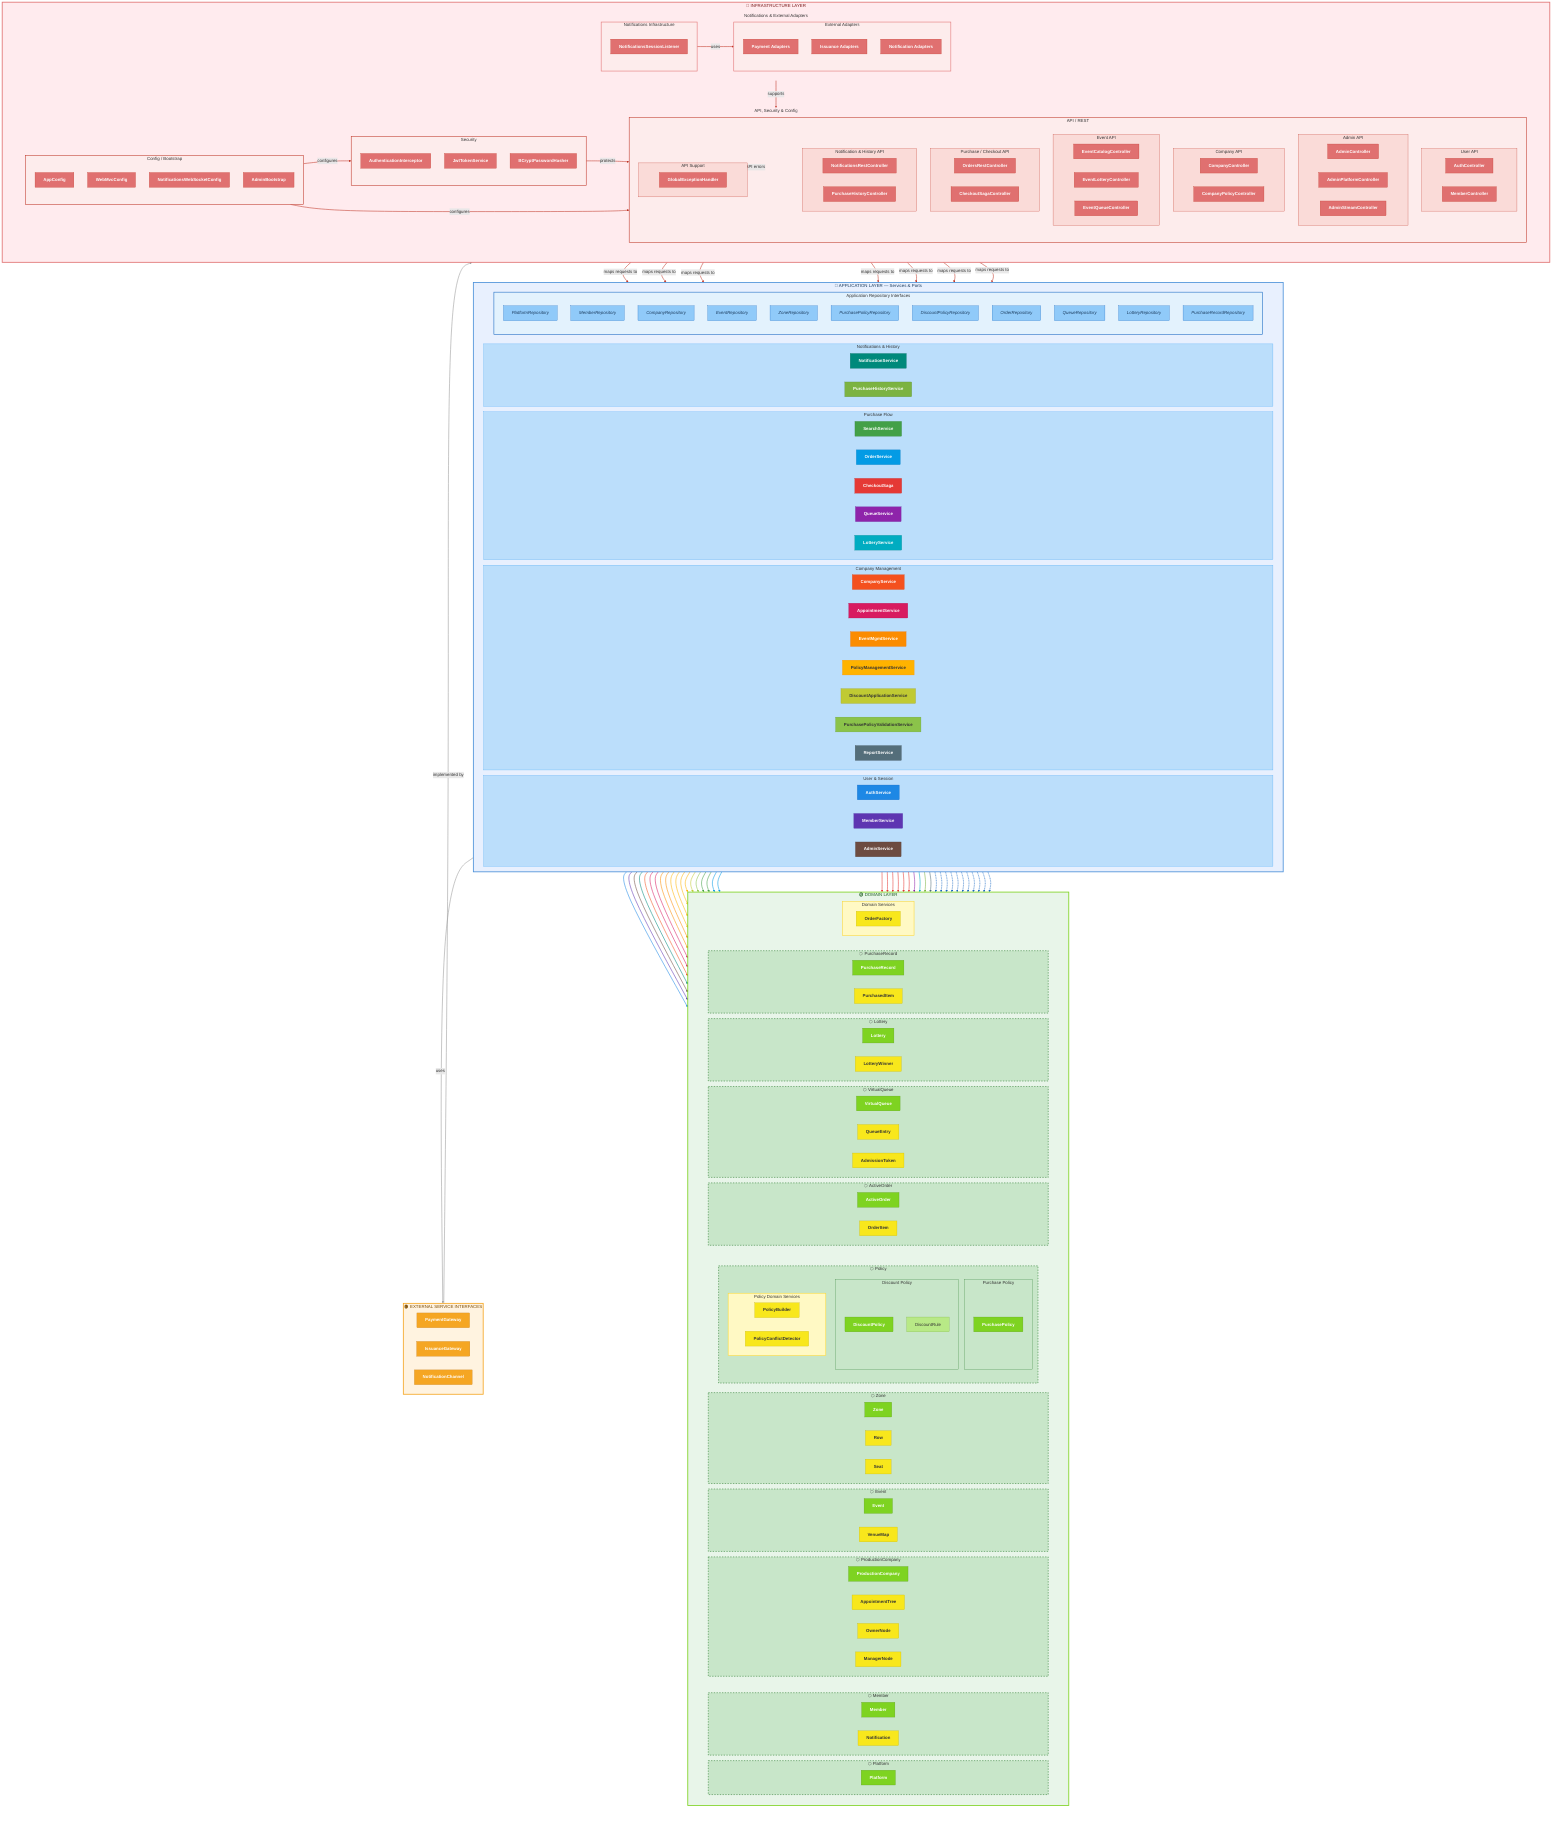
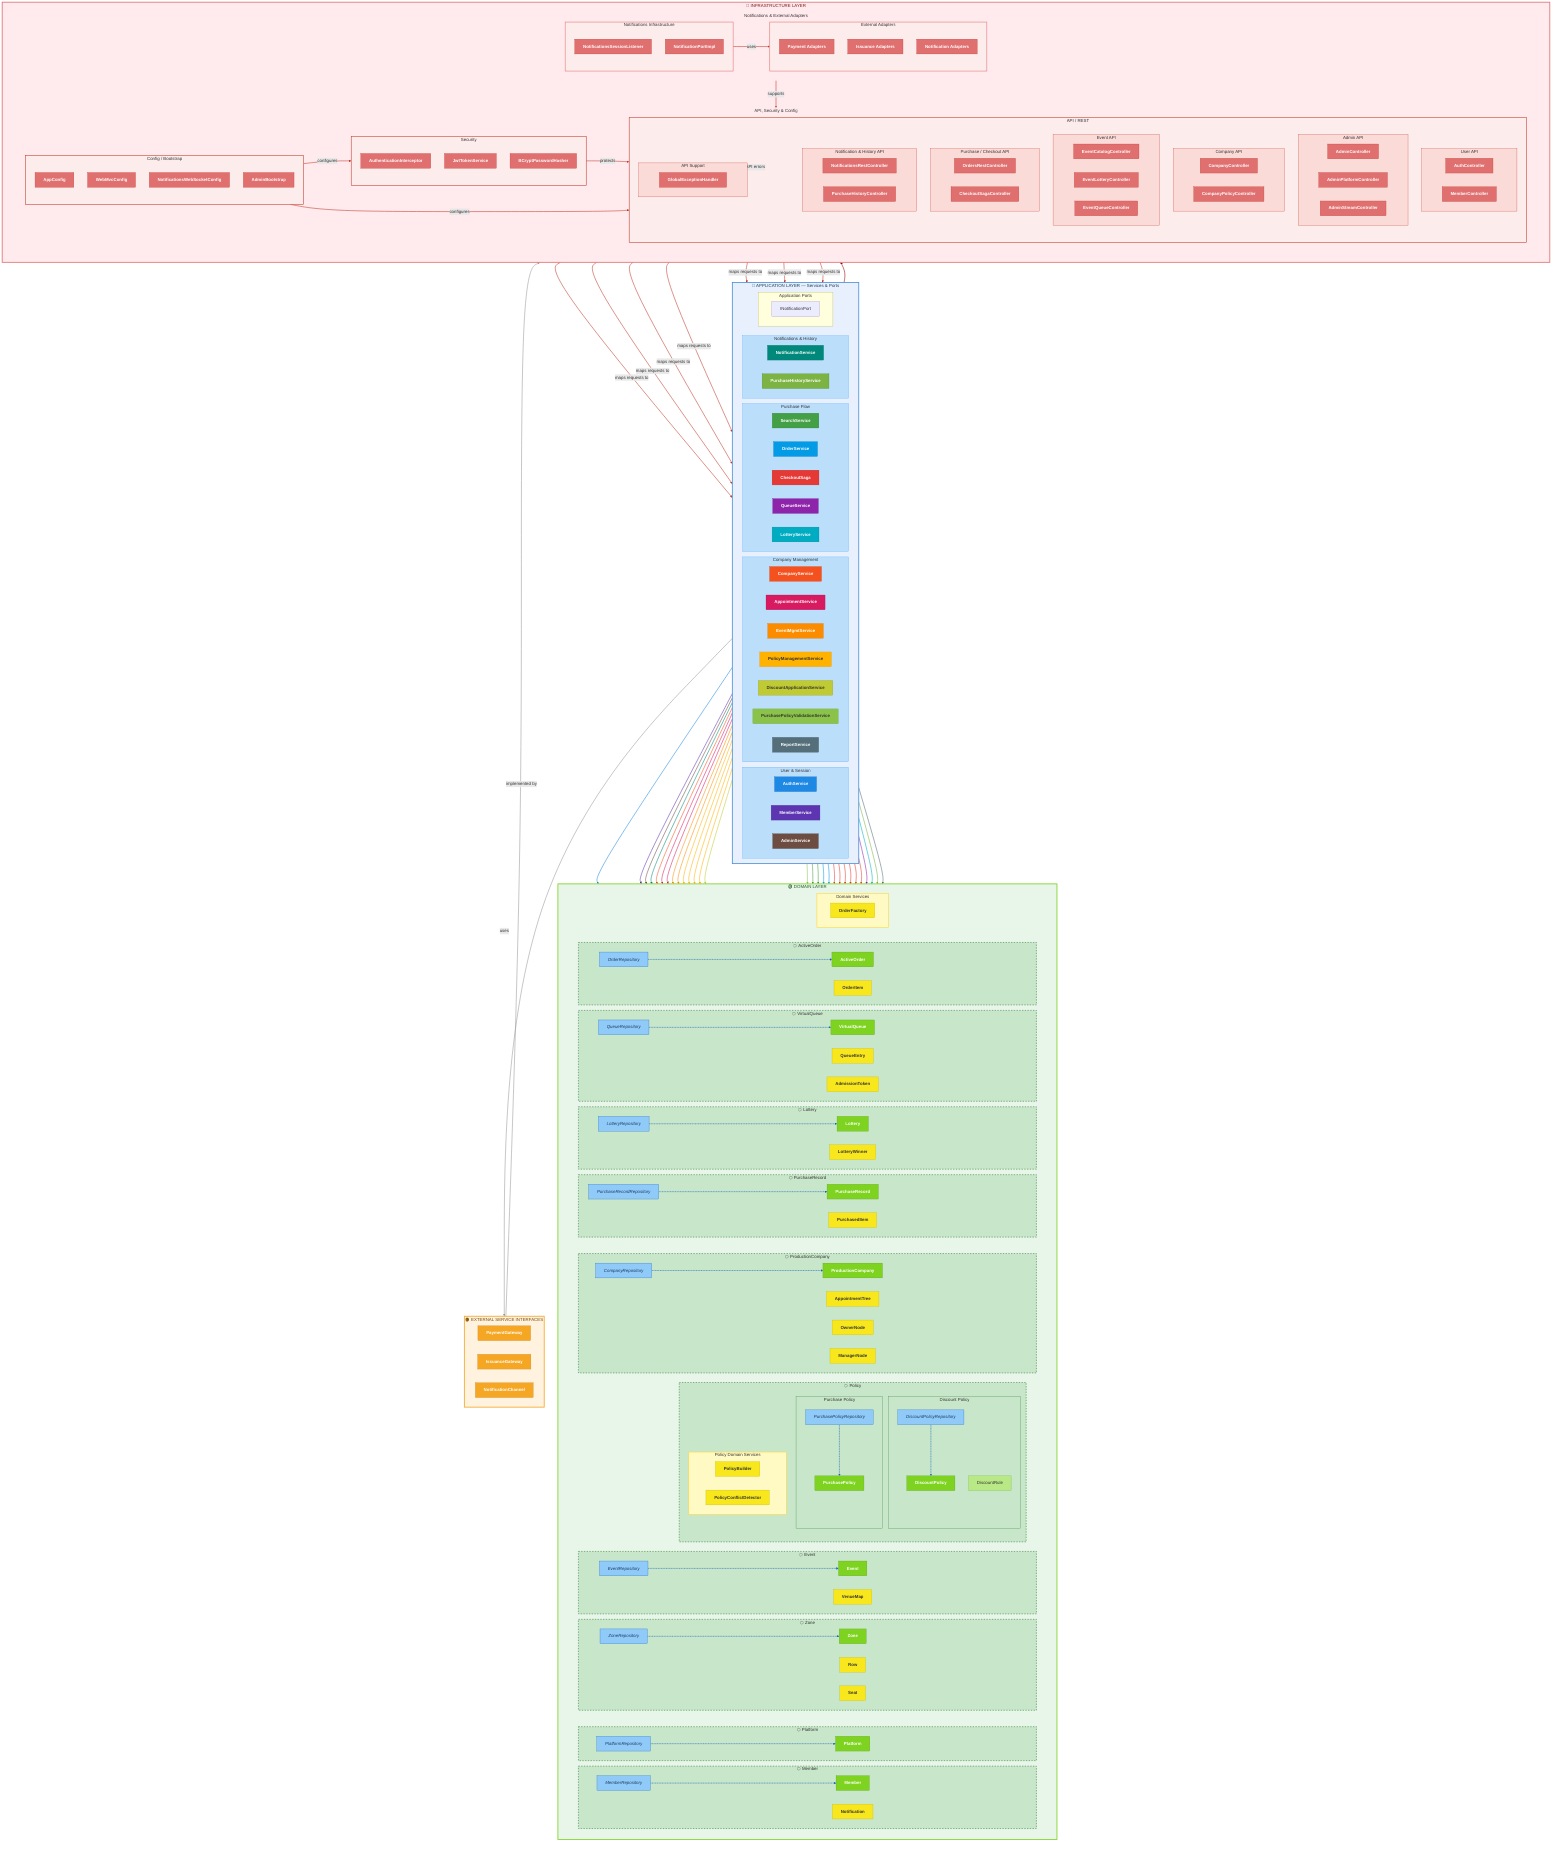
flowchart TB

    %% ============================================
    %% COLOR DEFINITIONS
    %% ============================================
    classDef appSvc fill:#4A90D9,stroke:#2C5F8A,color:#fff,font-weight:bold
    classDef port fill:#F5A623,stroke:#C47D1A,color:#fff,font-weight:bold
    classDef aggRoot fill:#7ED321,stroke:#5A9A18,color:#fff,font-weight:bold
    classDef policy fill:#B8E986,stroke:#7CB342,color:#333
    classDef valueObj fill:#D0A9F5,stroke:#9B59B6,color:#333
    classDef internal fill:#F8E71C,stroke:#C5B200,color:#333,font-weight:bold
    classDef infra fill:#E07070,stroke:#C0392B,color:#fff,font-weight:bold
    classDef repo fill:#90CAF9,stroke:#1565C0,color:#1a3a5c,font-style:italic

    %% ============================================
    %% APPLICATION LAYER
    %% ============================================
    subgraph APP["🔵 APPLICATION LAYER — Services & Ports"]
        direction LR

        subgraph UserSession["User & Session"]
            AuthSvc["AuthService"]
            MemberSvc["MemberService"]
            AdminSvc["AdminService"]
        end

        subgraph CompanyMgmt["Company Management"]
            CompanySvc["CompanyService"]
            ApptSvc["AppointmentService"]
            EvtMgmtSvc["EventMgmtService"]
            PolicySvc["PolicyManagementService"]
            DiscountSvc["DiscountApplicationService"]
            PurchasePolicyValidationSvc["PurchasePolicyValidationService"]
            ReportSvc["ReportService"]
        end

        subgraph PurchaseFlow["Purchase Flow"]
            SearchSvc["SearchService"]
            OrderSvc["OrderService"]
            CheckoutSvc["CheckoutSaga"]
            QueueSvc["QueueService"]
            LotterySvc["LotteryService"]
        end

        subgraph Notifications["Notifications & History"]
            NotifSvc["NotificationService"]
            HistorySvc["PurchaseHistoryService"]
        end

-         subgraph AppRepositories["Application Repository Interfaces"]
-             direction TB
-             PlatformRepo["PlatformRepository"]
-             MemberRepo["MemberRepository"]
-             CompanyRepo["CompanyRepository"]
-             EventRepo["EventRepository"]
-             ZoneRepo["ZoneRepository"]
-             PPolRepo["PurchasePolicyRepository"]
-             DPolRepo["DiscountPolicyRepository"]
-             OrderRepo["OrderRepository"]
-             QueueRepo["QueueRepository"]
-             LotteryRepo["LotteryRepository"]
-             PurchaseRepo["PurchaseRecordRepository"]
+         subgraph AppPorts["Application Ports"]
+             direction LR
+             NotifPort["INotificationPort"]
        end
    end

    %% ============================================
    %% PORT INTERFACES
    %% ============================================
    subgraph PORTS["🟠 EXTERNAL SERVICE INTERFACES"]
        direction LR
        PayGw["PaymentGateway"]
        IssGw["IssuanceGateway"]
        NotifCh["NotificationChannel"]
    end

    %% ============================================
    %% DOMAIN LAYER
    %% ============================================
    subgraph DOMAIN["🟢 DOMAIN LAYER"]
        direction LR

        subgraph Col1[" "]
            subgraph AGG_PLATFORM["⬡ Platform"]
                Platform["Platform"]
+                 PlatformRepo["PlatformRepository"]
            end

            subgraph AGG_MEMBER["⬡ Member"]
                Member["Member"]
                Notif["Notification"]
+                 MemberRepo["MemberRepository"]
            end
        end

        subgraph Col2[" "]
            subgraph AGG_COMPANY["⬡ ProductionCompany"]
                Company["ProductionCompany"]
                AppTree["AppointmentTree"]
                ONode["OwnerNode"]
                MNode["ManagerNode"]
+                 CompanyRepo["CompanyRepository"]
            end

            subgraph AGG_EVENT["⬡ Event"]
                Event["Event"]
                VMap["VenueMap"]
+                 EventRepo["EventRepository"]
            end

            subgraph AGG_ZONE["⬡ Zone"]
                Zone["Zone"]
                RowE["Row"]
                SeatE["Seat"]
+                 ZoneRepo["ZoneRepository"]
            end

            subgraph AGG_POLICY["⬡ Policy"]
                direction TB

                subgraph PURCHASE_POLICY["Purchase Policy"]
                    PPol["PurchasePolicy"]
+                     PPolRepo["PurchasePolicyRepository"]
                end

                subgraph DISCOUNT_POLICY["Discount Policy"]
                    DPol["DiscountPolicy"]
                    DRule["DiscountRule"]
+                     DPolRepo["DiscountPolicyRepository"]
                end

                subgraph POLICY_DOMAIN_SERVICES["Policy Domain Services"]
                    direction LR
                    PolicyBuilder["PolicyBuilder"]
                    ConflictDetector["PolicyConflictDetector"]
                end
            end
        end

        subgraph Col3[" "]
            subgraph AGG_ORDER["⬡ ActiveOrder"]
                Order["ActiveOrder"]
                OItem["OrderItem"]
+                 OrderRepo["OrderRepository"]
            end

            subgraph AGG_QUEUE["⬡ VirtualQueue"]
                VQueue["VirtualQueue"]
                QEntry["QueueEntry"]
                AToken["AdmissionToken"]
+                 QueueRepo["QueueRepository"]
            end

            subgraph AGG_LOTTERY["⬡ Lottery"]
                Lottery["Lottery"]
                LWinner["LotteryWinner"]
+                 LotteryRepo["LotteryRepository"]
            end

            subgraph AGG_PURCHASE["⬡ PurchaseRecord"]
                PurchRec["PurchaseRecord"]
                PItem["PurchasedItem"]
+                 PurchaseRepo["PurchaseRecordRepository"]
            end
        end

        subgraph DomainServices["Domain Services"]
            direction LR
            OFactory["OrderFactory"]
        end
    end

    %% ============================================
    %% INFRASTRUCTURE LAYER
    %% ============================================
    subgraph INFRA["🔴 INFRASTRUCTURE LAYER"]
        direction TB

        subgraph InfraTop["API, Security & Config"]
            direction LR

            subgraph API["API / REST"]
                direction TB

                subgraph UserApi["User API"]
                    AuthController["AuthController"]
                    MemberController["MemberController"]
                end

                subgraph AdminApi["Admin API"]
                    AdminController["AdminController"]
                    AdminPlatformController["AdminPlatformController"]
                    AdminStreamController["AdminStreamController"]
                end

                subgraph CompanyApi["Company API"]
                    CompanyController["CompanyController"]
                    CompanyPolicyController["CompanyPolicyController"]
                end

                subgraph EventApi["Event API"]
                    EventCatalogController["EventCatalogController"]
                    EventLotteryController["EventLotteryController"]
                    EventQueueController["EventQueueController"]
                end

                subgraph PurchaseApi["Purchase / Checkout API"]
                    OrdersRestController["OrdersRestController"]
                    CheckoutSagaController["CheckoutSagaController"]
                end

                subgraph NotificationApi["Notification & History API"]
                    NotificationsRestController["NotificationsRestController"]
                    PurchaseHistoryController["PurchaseHistoryController"]
                end

                subgraph ApiSupport["API Support"]
                    GlobalExceptionHandler["GlobalExceptionHandler"]
                end
            end

            subgraph Security["Security"]
                direction TB
                AuthInterceptor["AuthenticationInterceptor"]
                TokenService["JwtTokenService"]
                PasswordHasher["BCryptPasswordHasher"]
            end

            subgraph Config["Config / Bootstrap"]
                direction TB
                AppConfig["AppConfig"]
                WebMvcConfig["WebMvcConfig"]
                NotificationsConfig["NotificationsWebSocketConfig"]
                AdminBootstrap["AdminBootstrap"]
            end
        end

        subgraph InfraBottom["Notifications & External Adapters"]
            direction LR

            subgraph NotificationsInfra["Notifications Infrastructure"]
                direction TB
                NotifSessionListener["NotificationsSessionListener"]
+                 NotificationPortImpl["NotificationPortImpl"]
            end

            subgraph ExternalAdapters["External Adapters"]
                direction TB
                PayAdapt["Payment Adapters"]
                IssAdapt["Issuance Adapters"]
                NotifAdapt["Notification Adapters"]
            end
        end
    end

    %% ============================================
    %% API → APPLICATION CONNECTIONS
    %% ============================================
    UserApi -->|"maps requests to"| UserSession
    AdminApi -->|"maps requests to"| UserSession
    CompanyApi -->|"maps requests to"| CompanyMgmt
    EventApi -->|"maps requests to"| CompanyMgmt
    EventApi -->|"maps requests to"| PurchaseFlow
    PurchaseApi -->|"maps requests to"| PurchaseFlow
    NotificationApi -->|"maps requests to"| Notifications
    ApiSupport -.->|"handles API errors"| API

    %% ============================================
    %% INFRASTRUCTURE INTERNAL CONNECTIONS
    %% ============================================
    Security -->|"protects"| API
    Config -->|"configures"| Security
    Config -->|"configures"| API
    NotificationsInfra -->|"supports"| NotificationApi
    NotificationsInfra -->|"uses"| NotifAdapt

    %% ============================================
    %% LAYER CONNECTIONS
    %% ============================================
    APP -->|"uses"| PORTS
    PORTS -->|"implemented by"| ExternalAdapters

    %% ============================================
    %% SERVICE → DOMAIN CONNECTIONS
    %% ============================================

    %% User/Admin
    AuthSvc --> Member
    MemberSvc --> Member
    AdminSvc --> Platform
    NotifSvc --> Member

    %% Company/Event/Policy
    CompanySvc --> Company
    ApptSvc --> Company
    ApptSvc --> Member
    EvtMgmtSvc --> Event
    EvtMgmtSvc --> Zone

    PolicySvc --> PPol
    PolicySvc --> DPol
    PolicySvc --> PolicyBuilder
    PolicySvc --> ConflictDetector

    DiscountSvc --> DPol
    PurchasePolicyValidationSvc --> PPol

    %% Purchase flow
    SearchSvc --> Event
    SearchSvc --> Zone
    OrderSvc --> Order
    OrderSvc --> Zone
    CheckoutSvc --> Order
    CheckoutSvc --> Zone
    CheckoutSvc --> PurchRec
    CheckoutSvc --> VQueue
    CheckoutSvc --> PPol
    CheckoutSvc --> DPol
    QueueSvc --> VQueue
    LotterySvc --> Lottery
    HistorySvc --> PurchRec
    ReportSvc --> PurchRec

    %% ============================================
+     %% ============================================
    %% REPOSITORY → DOMAIN CONNECTIONS
    %% ============================================
    PlatformRepo --> Platform
    MemberRepo --> Member
    CompanyRepo --> Company
    EventRepo --> Event
    ZoneRepo --> Zone
    PPolRepo --> PPol
    DPolRepo --> DPol
    OrderRepo --> Order
    QueueRepo --> VQueue
    LotteryRepo --> Lottery
    PurchaseRepo --> PurchRec
+ 
+     %% ============================================
+     %% APPLICATION PORT → INFRASTRUCTURE IMPLEMENTATION
+     %% ============================================
+     NotifPort --> NotificationPortImpl

    %% ============================================
    %% LINK STYLES
    %% ============================================

    %% API links
    linkStyle 0 stroke:#C0392B,stroke-width:2px
    linkStyle 1 stroke:#C0392B,stroke-width:2px
    linkStyle 2 stroke:#C0392B,stroke-width:2px
    linkStyle 3 stroke:#C0392B,stroke-width:2px
    linkStyle 4 stroke:#C0392B,stroke-width:2px
    linkStyle 5 stroke:#C0392B,stroke-width:2px
    linkStyle 6 stroke:#C0392B,stroke-width:2px
    linkStyle 7 stroke:#C0392B,stroke-width:2px,stroke-dasharray:4 2

    %% Infrastructure internal links
    linkStyle 8 stroke:#C0392B,stroke-width:2px
    linkStyle 9 stroke:#C0392B,stroke-width:2px
    linkStyle 10 stroke:#C0392B,stroke-width:2px
    linkStyle 11 stroke:#C0392B,stroke-width:2px
    linkStyle 12 stroke:#C0392B,stroke-width:2px

    %% Layer connections
    linkStyle 13 stroke:#999,stroke-width:2px
    linkStyle 14 stroke:#999,stroke-width:2px

    %% Service links
    linkStyle 15 stroke:#1E88E5,stroke-width:2px
    linkStyle 16 stroke:#5E35B1,stroke-width:2px
    linkStyle 17 stroke:#6D4C41,stroke-width:2px
    linkStyle 18 stroke:#00897B,stroke-width:2px
    linkStyle 19 stroke:#F4511E,stroke-width:2px
    linkStyle 20 stroke:#D81B60,stroke-width:2px
    linkStyle 21 stroke:#D81B60,stroke-width:2px
    linkStyle 22 stroke:#FB8C00,stroke-width:2px
    linkStyle 23 stroke:#FB8C00,stroke-width:2px
    linkStyle 24 stroke:#FFB300,stroke-width:2px
    linkStyle 25 stroke:#FFB300,stroke-width:2px
    linkStyle 26 stroke:#FFB300,stroke-width:2px
    linkStyle 27 stroke:#FFB300,stroke-width:2px
    linkStyle 28 stroke:#C0CA33,stroke-width:2px
    linkStyle 29 stroke:#8BC34A,stroke-width:2px
    linkStyle 30 stroke:#43A047,stroke-width:2px
    linkStyle 31 stroke:#43A047,stroke-width:2px
    linkStyle 32 stroke:#039BE5,stroke-width:2px
    linkStyle 33 stroke:#039BE5,stroke-width:2px
    linkStyle 34 stroke:#E53935,stroke-width:2px
    linkStyle 35 stroke:#E53935,stroke-width:2px
    linkStyle 36 stroke:#E53935,stroke-width:2px
    linkStyle 37 stroke:#E53935,stroke-width:2px
    linkStyle 38 stroke:#E53935,stroke-width:2px
    linkStyle 39 stroke:#E53935,stroke-width:2px
    linkStyle 40 stroke:#8E24AA,stroke-width:2px
    linkStyle 41 stroke:#00ACC1,stroke-width:2px
    linkStyle 42 stroke:#7CB342,stroke-width:2px
    linkStyle 43 stroke:#546E7A,stroke-width:2px

    %% Repository links
    linkStyle 44 stroke:#1565C0,stroke-width:2px,stroke-dasharray:4 2
    linkStyle 45 stroke:#1565C0,stroke-width:2px,stroke-dasharray:4 2
    linkStyle 46 stroke:#1565C0,stroke-width:2px,stroke-dasharray:4 2
    linkStyle 47 stroke:#1565C0,stroke-width:2px,stroke-dasharray:4 2
    linkStyle 48 stroke:#1565C0,stroke-width:2px,stroke-dasharray:4 2
    linkStyle 49 stroke:#1565C0,stroke-width:2px,stroke-dasharray:4 2
    linkStyle 50 stroke:#1565C0,stroke-width:2px,stroke-dasharray:4 2
    linkStyle 51 stroke:#1565C0,stroke-width:2px,stroke-dasharray:4 2
    linkStyle 52 stroke:#1565C0,stroke-width:2px,stroke-dasharray:4 2
    linkStyle 53 stroke:#1565C0,stroke-width:2px,stroke-dasharray:4 2
    linkStyle 54 stroke:#1565C0,stroke-width:2px,stroke-dasharray:4 2
+     linkStyle 55 stroke:#8E0000,stroke-width:2px

    %% ============================================
    %% APPLY STYLES
    %% ============================================
    style AuthSvc fill:#1E88E5,stroke:#1565C0,color:#fff,font-weight:bold
    style MemberSvc fill:#5E35B1,stroke:#4527A0,color:#fff,font-weight:bold
    style AdminSvc fill:#6D4C41,stroke:#4E342E,color:#fff,font-weight:bold
    style NotifSvc fill:#00897B,stroke:#00695C,color:#fff,font-weight:bold
    style CompanySvc fill:#F4511E,stroke:#D84315,color:#fff,font-weight:bold
    style ApptSvc fill:#D81B60,stroke:#AD1457,color:#fff,font-weight:bold
    style EvtMgmtSvc fill:#FB8C00,stroke:#EF6C00,color:#fff,font-weight:bold
    style PolicySvc fill:#FFB300,stroke:#FF8F00,color:#333,font-weight:bold
    style DiscountSvc fill:#C0CA33,stroke:#9E9D24,color:#333,font-weight:bold
    style PurchasePolicyValidationSvc fill:#8BC34A,stroke:#689F38,color:#333,font-weight:bold
    style SearchSvc fill:#43A047,stroke:#2E7D32,color:#fff,font-weight:bold
    style OrderSvc fill:#039BE5,stroke:#0277BD,color:#fff,font-weight:bold
    style CheckoutSvc fill:#E53935,stroke:#C62828,color:#fff,font-weight:bold
    style QueueSvc fill:#8E24AA,stroke:#6A1B9A,color:#fff,font-weight:bold
    style LotterySvc fill:#00ACC1,stroke:#00838F,color:#fff,font-weight:bold
    style HistorySvc fill:#7CB342,stroke:#558B2F,color:#fff,font-weight:bold
    style ReportSvc fill:#546E7A,stroke:#37474F,color:#fff,font-weight:bold

    class PayGw,IssGw,NotifCh port
    class Platform,Member,Company,Event,Zone,Order,PurchRec,VQueue,Lottery,PPol,DPol aggRoot
    class AppTree,ONode,MNode,VMap,RowE,SeatE,OItem,Notif,QEntry,AToken,LWinner,PItem internal
    class OFactory,PolicyBuilder,ConflictDetector internal
    class DRule policy
    class PlatformRepo,MemberRepo,CompanyRepo,EventRepo,ZoneRepo,PPolRepo,DPolRepo,OrderRepo,QueueRepo,LotteryRepo,PurchaseRepo repo
    class AuthController,MemberController,AdminController,AdminPlatformController,AdminStreamController,CompanyController,CompanyPolicyController,EventCatalogController,EventLotteryController,EventQueueController,OrdersRestController,CheckoutSagaController,NotificationsRestController,PurchaseHistoryController,GlobalExceptionHandler infra
-     class AuthInterceptor,TokenService,PasswordHasher,AppConfig,WebMvcConfig,NotificationsConfig,AdminBootstrap,NotifSessionListener infra
+     class AuthInterceptor,TokenService,PasswordHasher,AppConfig,WebMvcConfig,NotificationsConfig,AdminBootstrap,NotifSessionListener,NotificationPortImpl infra
    class PayAdapt,IssAdapt,NotifAdapt infra

    %% ============================================
    %% SUBGRAPH STYLES
    %% ============================================
    style APP fill:#E8F0FE,stroke:#4A90D9,stroke-width:3px,color:#1a3a5c
    style PORTS fill:#FFF3E0,stroke:#F5A623,stroke-width:3px,color:#7a4a00
    style DOMAIN fill:#E8F5E9,stroke:#7ED321,stroke-width:3px,color:#1b5e20
    style INFRA fill:#FFEBEE,stroke:#E07070,stroke-width:3px,color:#7a1a1a

    style AGG_PLATFORM fill:#C8E6C9,stroke:#2E7D32,stroke-width:2px,stroke-dasharray:5 5
    style AGG_MEMBER fill:#C8E6C9,stroke:#2E7D32,stroke-width:2px,stroke-dasharray:5 5
    style AGG_COMPANY fill:#C8E6C9,stroke:#2E7D32,stroke-width:2px,stroke-dasharray:5 5
    style AGG_EVENT fill:#C8E6C9,stroke:#2E7D32,stroke-width:2px,stroke-dasharray:5 5
    style AGG_ZONE fill:#C8E6C9,stroke:#2E7D32,stroke-width:2px,stroke-dasharray:5 5
    style AGG_POLICY fill:#C8E6C9,stroke:#2E7D32,stroke-width:2px,stroke-dasharray:5 5
    style AGG_ORDER fill:#C8E6C9,stroke:#2E7D32,stroke-width:2px,stroke-dasharray:5 5
    style AGG_PURCHASE fill:#C8E6C9,stroke:#2E7D32,stroke-width:2px,stroke-dasharray:5 5
    style AGG_QUEUE fill:#C8E6C9,stroke:#2E7D32,stroke-width:2px,stroke-dasharray:5 5
    style AGG_LOTTERY fill:#C8E6C9,stroke:#2E7D32,stroke-width:2px,stroke-dasharray:5 5

    style PURCHASE_POLICY fill:#C8E6C9,stroke:#2E7D32,stroke-width:1px
    style DISCOUNT_POLICY fill:#C8E6C9,stroke:#2E7D32,stroke-width:1px
    style POLICY_DOMAIN_SERVICES fill:#FFF9C4,stroke:#FDD835,stroke-width:2px
    style DomainServices fill:#FFF9C4,stroke:#FDD835,stroke-width:2px

    style API fill:#FDECEC,stroke:#C0392B,stroke-width:2px
    style UserApi fill:#FADBD8,stroke:#C0392B,stroke-width:1px
    style AdminApi fill:#FADBD8,stroke:#C0392B,stroke-width:1px
    style CompanyApi fill:#FADBD8,stroke:#C0392B,stroke-width:1px
    style EventApi fill:#FADBD8,stroke:#C0392B,stroke-width:1px
    style PurchaseApi fill:#FADBD8,stroke:#C0392B,stroke-width:1px
    style NotificationApi fill:#FADBD8,stroke:#C0392B,stroke-width:1px
    style ApiSupport fill:#FADBD8,stroke:#C0392B,stroke-width:1px

    style Security fill:#FDECEC,stroke:#C0392B,stroke-width:2px
    style Config fill:#FDECEC,stroke:#C0392B,stroke-width:2px
    style NotificationsInfra fill:#FDECEC,stroke:#E07070,stroke-width:2px
    style ExternalAdapters fill:#FDECEC,stroke:#E07070,stroke-width:2px

-     style AppRepositories fill:#E3F2FD,stroke:#1565C0,stroke-width:2px
    style InfraTop fill:transparent,stroke:none
    style InfraBottom fill:transparent,stroke:none

    style UserSession fill:#BBDEFB,stroke:#42A5F5,stroke-width:1px
    style CompanyMgmt fill:#BBDEFB,stroke:#42A5F5,stroke-width:1px
    style PurchaseFlow fill:#BBDEFB,stroke:#42A5F5,stroke-width:1px
    style Notifications fill:#BBDEFB,stroke:#42A5F5,stroke-width:1px

    style Col1 fill:transparent,stroke:none
    style Col2 fill:transparent,stroke:none
    style Col3 fill:transparent,stroke:none